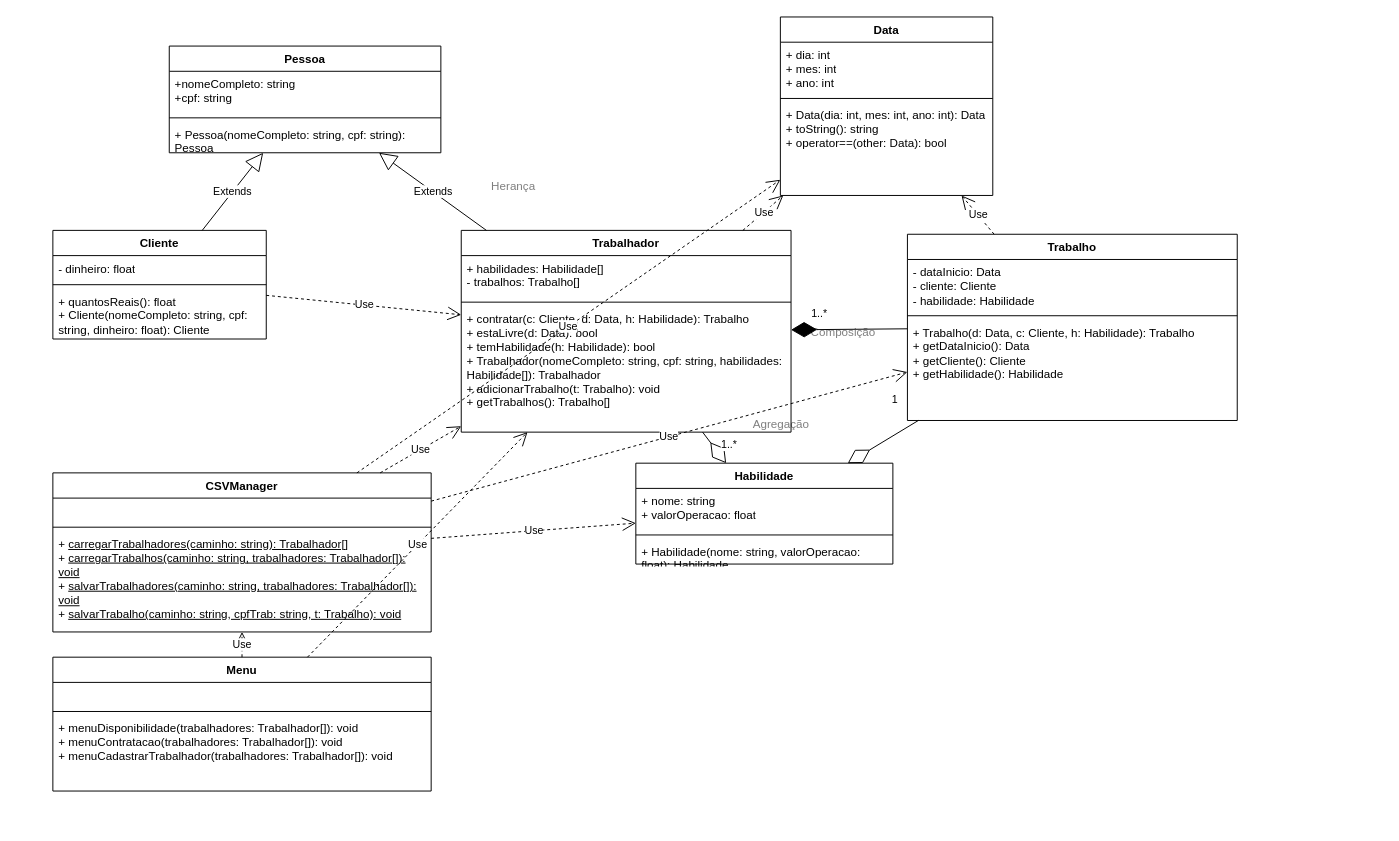
This is diagrama.drawio from Gabriel-Pinotti/marido-de-aluguel, a draw.io file, before an edit. Source tidied: cells renumbered, new cells numbered last; positions are measured from the earlier drawing's top-left corner, leaving out a move shared by most shapes. Both pictures are drawn from the tidied source at 97%, with x=0, y=0 at pixel (52, 16).
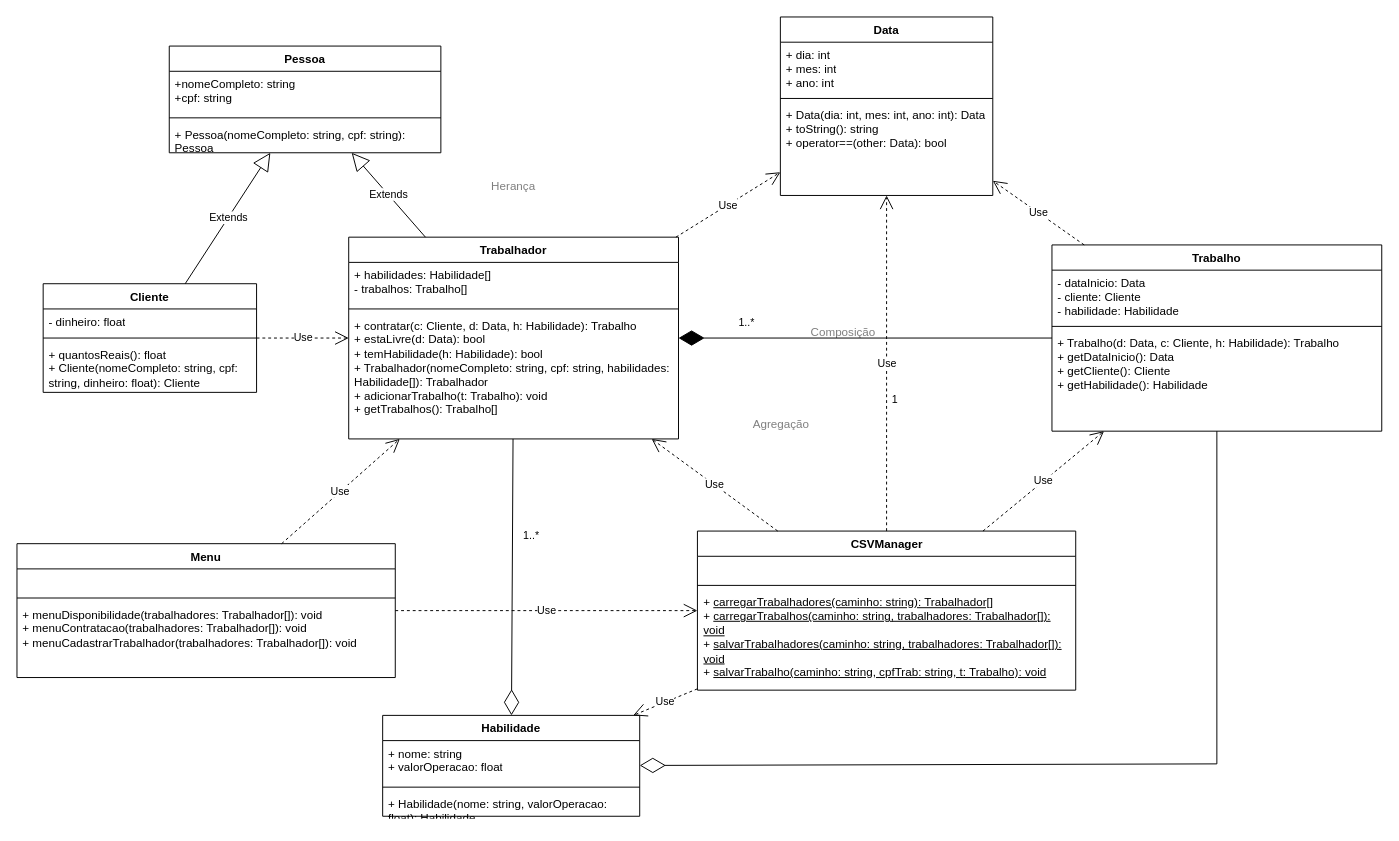
After the change.

Change to the diagram source:
```diff
@@
     <mxCell id="6" value="Cliente" style="swimlane;fontStyle=1;align=center;verticalAlign=top;horizontal=1;startSize=26;whiteSpace=wrap;html=1;" parent="1" vertex="1">
-      <mxGeometry y="220" width="220" height="112" as="geometry" />
+      <mxGeometry x="-10" y="275" width="220" height="112" as="geometry" />
     </mxCell>
@@
     <mxCell id="10" value="Trabalhador" style="swimlane;fontStyle=1;align=center;verticalAlign=top;horizontal=1;startSize=26;whiteSpace=wrap;html=1;" parent="1" vertex="1">
-      <mxGeometry x="421" y="220" width="340" height="208" as="geometry" />
+      <mxGeometry x="305" y="227" width="340" height="208" as="geometry" />
     </mxCell>
@@
     <mxCell id="14" value="Trabalho" style="swimlane;fontStyle=1;align=center;verticalAlign=top;horizontal=1;startSize=26;whiteSpace=wrap;html=1;" parent="1" vertex="1">
-      <mxGeometry x="881" y="224" width="340" height="192" as="geometry" />
+      <mxGeometry x="1030" y="235" width="340" height="192" as="geometry" />
     </mxCell>
@@
     <mxCell id="18" value="Habilidade" style="swimlane;fontStyle=1;align=center;verticalAlign=top;horizontal=1;startSize=26;whiteSpace=wrap;html=1;" parent="1" vertex="1">
-      <mxGeometry x="601" y="460" width="265" height="104" as="geometry" />
+      <mxGeometry x="340" y="720" width="265" height="104" as="geometry" />
     </mxCell>
@@
     <mxCell id="26" value="CSVManager" style="swimlane;fontStyle=1;align=center;verticalAlign=top;horizontal=1;startSize=26;whiteSpace=wrap;html=1;" parent="1" vertex="1">
-      <mxGeometry y="470" width="390" height="164" as="geometry" />
+      <mxGeometry x="664.5" y="530" width="390" height="164" as="geometry" />
     </mxCell>
@@
     <mxCell id="30" value="Menu" style="swimlane;fontStyle=1;align=center;verticalAlign=top;horizontal=1;startSize=26;whiteSpace=wrap;html=1;" parent="1" vertex="1">
-      <mxGeometry y="660" width="390" height="138" as="geometry" />
+      <mxGeometry x="-37" y="543" width="390" height="138" as="geometry" />
     </mxCell>
@@
-    <mxCell id="43" style="endArrow=diamondThin;endFill=0;endSize=24;html=1;rounded=0;" parent="1" edge="1" source="14" target="18">
-      <mxGeometry relative="1" as="geometry" />
+    <mxCell id="43" style="endArrow=diamondThin;endFill=0;endSize=24;html=1;rounded=0;curved=0;" parent="1" edge="1" source="14" target="18">
+      <mxGeometry relative="1" as="geometry">
+        <Array as="points">
+          <mxPoint x="1200" y="770" />
+        </Array>
+      </mxGeometry>
     </mxCell>
```
